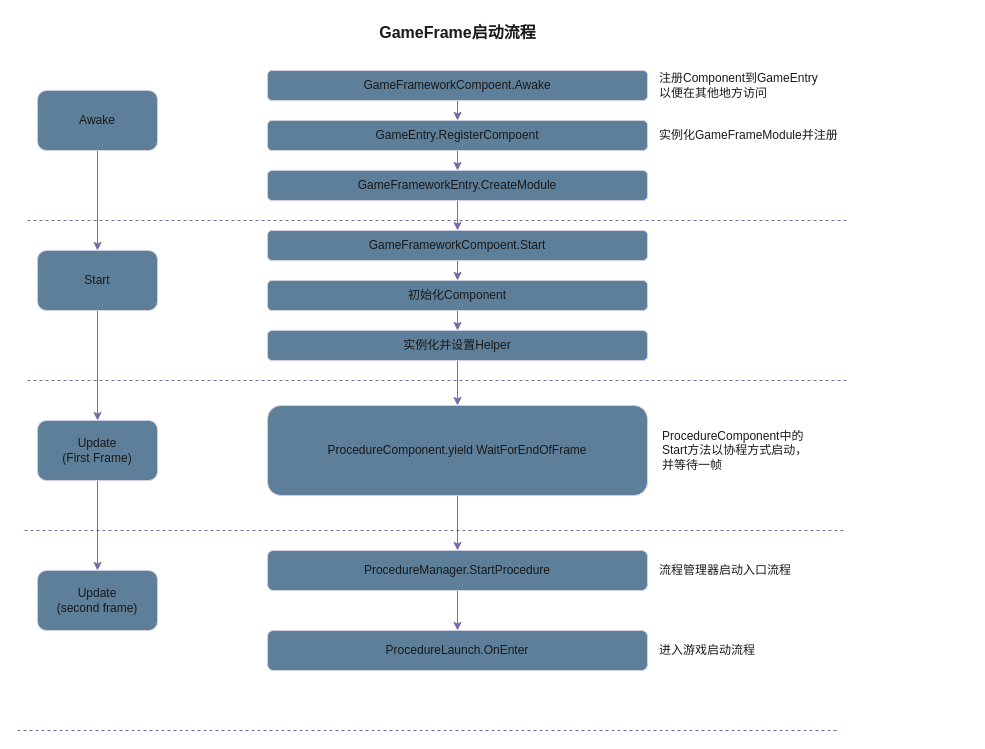
Above: GF学习.drawio in alex520lq/LearnDoc (draw.io), before the change. Source tidied: cells renumbered, new cells numbered last; positions are measured from the earlier drawing's top-left corner, leaving out a move shared by most shapes. Both pictures are drawn from the tidied source at 100%, with x=0, y=0 at pixel (17, 17).
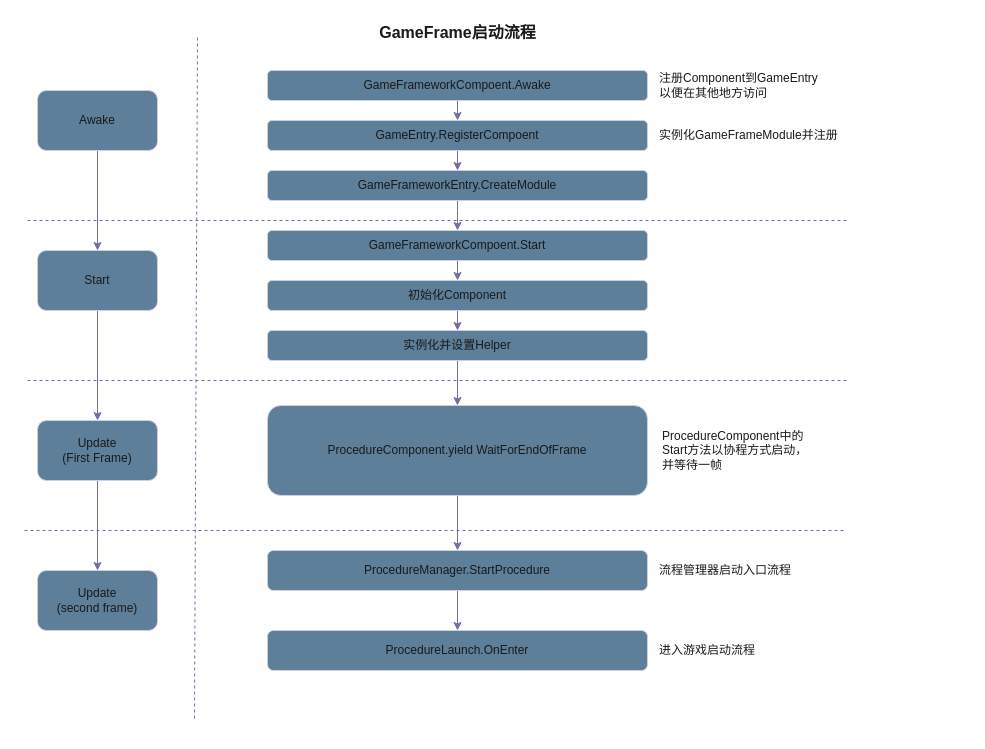
The same page after the edit.

Diff of the diagram source:
```diff
@@
-    <mxCell id="5" style="endArrow=none;dashed=1;html=1;rounded=1;labelBackgroundColor=none;strokeColor=#736CA8;fontColor=default;" parent="1" edge="1">
-      <mxGeometry relative="1" as="geometry">
-        <mxPoint y="713" as="sourcePoint" />
-        <mxPoint x="820" y="713" as="targetPoint" />
-      </mxGeometry>
-    </mxCell>
@@
+    <mxCell id="36" style="endArrow=none;dashed=1;html=1;rounded=0;labelBackgroundColor=none;strokeColor=#736CA8;fontColor=default;" parent="1" edge="1">
+      <mxGeometry relative="1" as="geometry">
+        <mxPoint x="177" y="701" as="sourcePoint" />
+        <mxPoint x="180" y="19" as="targetPoint" />
+      </mxGeometry>
+    </mxCell>
```
